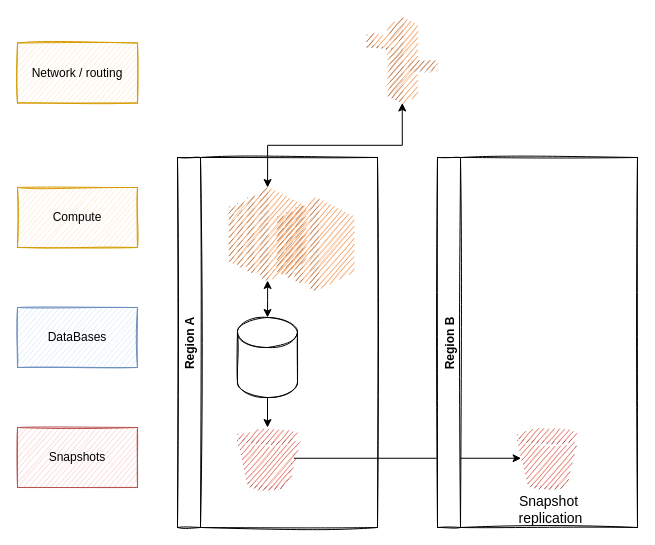
Earlier version of the draw.io diagram choas_engineering/Untitled Diagram.drawio (xNok/devops-lean-6sigma-toolbox). Source tidied: cells renumbered, new cells numbered last; positions are measured from the earlier drawing's top-left corner, leaving out a move shared by most shapes. Both pictures are drawn from the tidied source at 100%, with x=0, y=0 at pixel (17, 17).
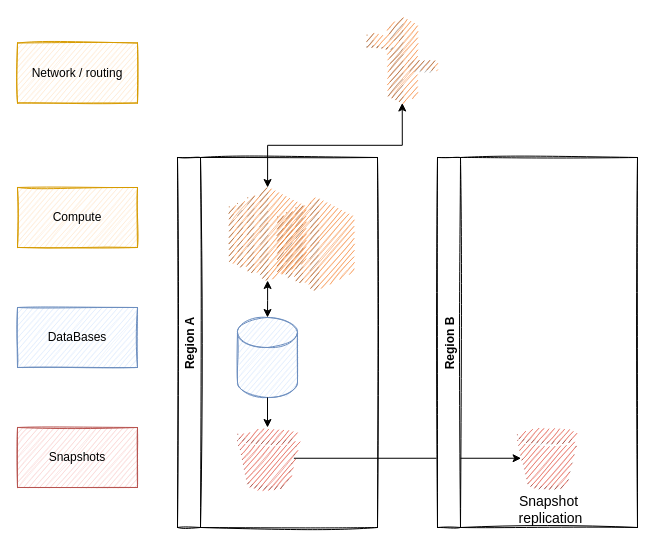
The same diagram, later.

Change to the diagram source:
```diff
@@
 <mxGraphModel>
   <root>
     <mxCell id="0" />
     <mxCell id="1" parent="0" />
     <mxCell id="2" style="edgeStyle=orthogonalEdgeStyle;rounded=0;jettySize=auto;html=1;exitX=0.94;exitY=0.5;exitDx=0;exitDy=0;exitPerimeter=0;entryX=0.06;entryY=0.5;entryDx=0;entryDy=0;entryPerimeter=0;" parent="1" edge="1" source="11" target="14">
       <mxGeometry relative="1" as="geometry" />
     </mxCell>
     <mxCell id="3" value="&lt;font style=&quot;font-size: 14px&quot;&gt;Snapshot&lt;br&gt;&amp;nbsp;replication&lt;/font&gt;" style="edgeLabel;html=1;align=center;verticalAlign=middle;" parent="2" vertex="1">
       <mxGeometry x="0.1" y="-4" relative="1" as="geometry">
         <mxPoint x="129" y="47" as="offset" />
       </mxGeometry>
     </mxCell>
     <mxCell id="4" value="Snapshots" style="rounded=0;whiteSpace=wrap;html=1;sketch=1;fillColor=#f8cecc;strokeColor=#b85450;" parent="1" vertex="1">
       <mxGeometry y="410" width="120" height="60" as="geometry" />
     </mxCell>
     <mxCell id="5" value="DataBases" style="rounded=0;whiteSpace=wrap;html=1;sketch=1;fillColor=#dae8fc;strokeColor=#6c8ebf;" parent="1" vertex="1">
       <mxGeometry y="290" width="120" height="60" as="geometry" />
     </mxCell>
     <mxCell id="6" value="Compute" style="rounded=0;whiteSpace=wrap;html=1;sketch=1;fillColor=#ffe6cc;strokeColor=#d79b00;" parent="1" vertex="1">
       <mxGeometry y="170" width="120" height="60" as="geometry" />
     </mxCell>
     <mxCell id="7" style="edgeStyle=orthogonalEdgeStyle;rounded=0;jettySize=auto;html=1;startArrow=classic;startFill=1;" parent="1" edge="1" source="17" target="10">
       <mxGeometry relative="1" as="geometry" />
     </mxCell>
     <mxCell id="8" style="dashed=0;verticalLabelPosition=bottom;verticalAlign=top;align=center;html=1;shape=mxgraph.aws3.ec2;fillColor=#F58534;gradientColor=none;sketch=1;" parent="1" vertex="1">
       <mxGeometry x="260" y="180" width="76.5" height="93" as="geometry" />
     </mxCell>
     <mxCell id="9" value="Region A" style="swimlane;horizontal=0;sketch=1;" parent="1" vertex="1">
       <mxGeometry x="160" y="140" width="200" height="370" as="geometry" />
     </mxCell>
-    <mxCell id="10" style="shape=cylinder3;whiteSpace=wrap;html=1;boundedLbl=1;backgroundOutline=1;size=15;sketch=1;" parent="9" vertex="1">
+    <mxCell id="10" style="shape=cylinder3;whiteSpace=wrap;html=1;boundedLbl=1;backgroundOutline=1;size=15;sketch=1;fillColor=#dae8fc;strokeColor=#6c8ebf;" parent="9" vertex="1">
       <mxGeometry x="60" y="160" width="60" height="80" as="geometry" />
     </mxCell>
     <mxCell id="11" style="outlineConnect=0;dashed=0;verticalLabelPosition=bottom;verticalAlign=top;align=center;html=1;shape=mxgraph.aws3.bucket;fillColor=#E05243;gradientColor=none;sketch=1;" parent="9" vertex="1">
       <mxGeometry x="60" y="270" width="60" height="61.5" as="geometry" />
     </mxCell>
     <mxCell id="12" style="edgeStyle=orthogonalEdgeStyle;rounded=0;jettySize=auto;html=1;exitX=0.5;exitY=1;exitDx=0;exitDy=0;exitPerimeter=0;entryX=0.5;entryY=0;entryDx=0;entryDy=0;entryPerimeter=0;" parent="9" edge="1" source="10" target="11">
       <mxGeometry relative="1" as="geometry" />
     </mxCell>
     <mxCell id="13" value="Region B" style="swimlane;horizontal=0;sketch=1;glass=0;" parent="1" vertex="1">
       <mxGeometry x="420" y="140" width="200" height="370" as="geometry" />
     </mxCell>
     <mxCell id="14" style="outlineConnect=0;dashed=0;verticalLabelPosition=bottom;verticalAlign=top;align=center;html=1;shape=mxgraph.aws3.bucket;fillColor=#E05243;gradientColor=none;sketch=1;" parent="13" vertex="1">
       <mxGeometry x="80" y="270" width="60" height="61.5" as="geometry" />
     </mxCell>
     <mxCell id="15" style="edgeStyle=orthogonalEdgeStyle;rounded=0;jettySize=auto;html=1;exitX=0.5;exitY=1;exitDx=0;exitDy=0;exitPerimeter=0;startArrow=classic;startFill=1;" parent="1" edge="1" source="16" target="17">
       <mxGeometry relative="1" as="geometry" />
     </mxCell>
     <mxCell id="16" style="outlineConnect=0;dashed=0;verticalLabelPosition=bottom;verticalAlign=top;align=center;html=1;shape=mxgraph.aws3.route_53;fillColor=#F58536;gradientColor=none;sketch=1;" parent="1" vertex="1">
       <mxGeometry x="349.5" width="70.5" height="85.5" as="geometry" />
     </mxCell>
     <mxCell id="17" style="outlineConnect=0;dashed=0;verticalLabelPosition=bottom;verticalAlign=top;align=center;html=1;shape=mxgraph.aws3.ec2;fillColor=#F58534;gradientColor=none;sketch=1;" parent="1" vertex="1">
       <mxGeometry x="211.8" y="170" width="76.5" height="93" as="geometry" />
     </mxCell>
     <mxCell id="18" value="Network / routing" style="rounded=0;whiteSpace=wrap;html=1;sketch=1;fillColor=#ffe6cc;strokeColor=#d79b00;" parent="1" vertex="1">
       <mxGeometry y="25.5" width="120" height="60" as="geometry" />
     </mxCell>
   </root>
 </mxGraphModel>
```
